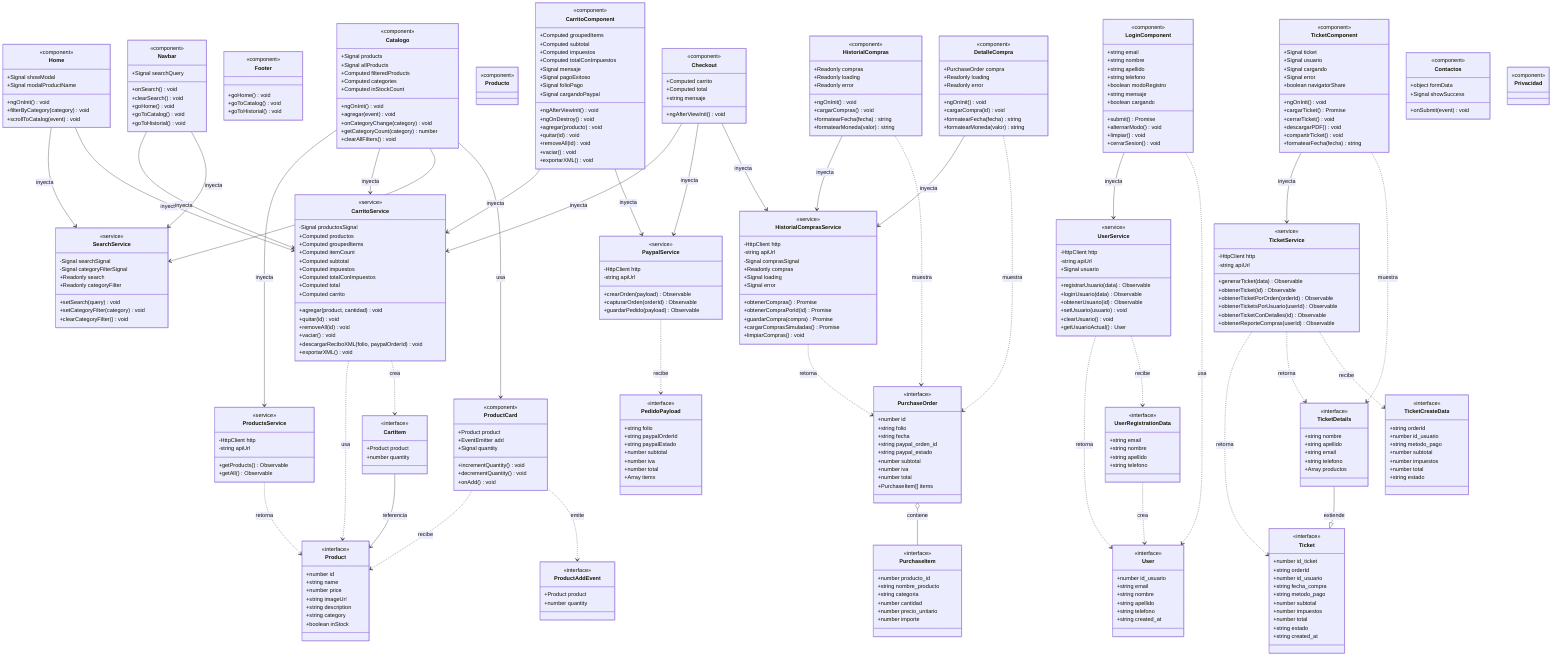
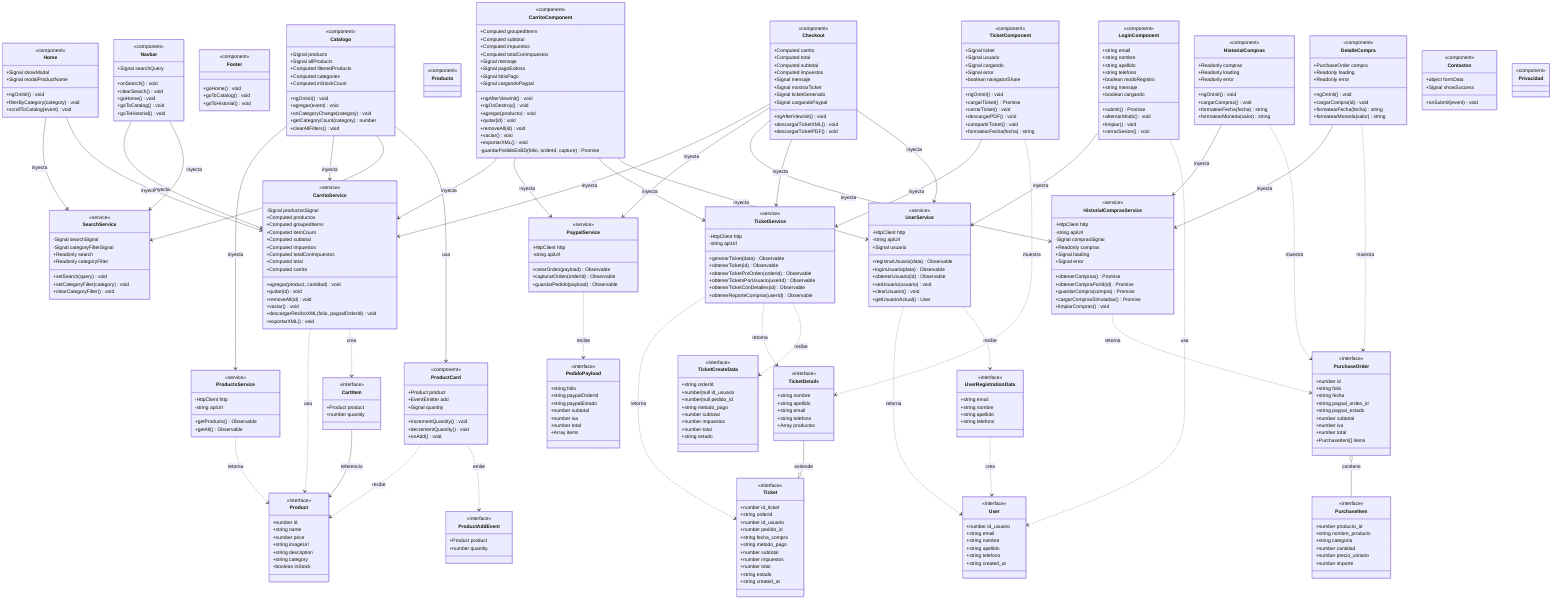
classDiagram
direction TB

%% ─── MODELOS ───────────────────────────────────────────────

class Product {
    <<interface>>
    +number id
    +string name
    +number price
    +string imageUrl
    +string description
    +string category
    +boolean inStock
}

class PurchaseItem {
    <<interface>>
    +number producto_id
    +string nombre_producto
    +string categoria
    +number cantidad
    +number precio_unitario
    +number importe
}

class PurchaseOrder {
    <<interface>>
    +number id
    +string folio
    +string fecha
    +string paypal_orden_id
    +string paypal_estado
    +number subtotal
    +number iva
    +number total
    +PurchaseItem[] items
}

class CartItem {
    <<interface>>
    +Product product
    +number quantity
}

class User {
    <<interface>>
    +number id_usuario
    +string email
    +string nombre
    +string apellido
    +string telefono
    +string created_at
}

class UserRegistrationData {
    <<interface>>
    +string email
    +string nombre
    +string apellido
    +string telefono
}

class Ticket {
    <<interface>>
    +number id_ticket
    +string orderId
    +number id_usuario
+     +number pedido_id
    +string fecha_compra
    +string metodo_pago
    +number subtotal
    +number impuestos
    +number total
    +string estado
    +string created_at
}

class TicketDetails {
    <<interface>>
    +string nombre
    +string apellido
    +string email
    +string telefono
    +Array productos
}

class TicketCreateData {
    <<interface>>
    +string orderId
-     +number id_usuario
+     +number|null id_usuario
+     +number|null pedido_id
    +string metodo_pago
    +number subtotal
    +number impuestos
    +number total
    +string estado
}

class PedidoPayload {
    <<interface>>
    +string folio
    +string paypalOrderId
    +string paypalEstado
    +number subtotal
    +number iva
    +number total
    +Array items
}

class ProductAddEvent {
    <<interface>>
    +Product product
    +number quantity
}

%% ─── SERVICIOS ─────────────────────────────────────────────

class ProductsService {
    <<service>>
    -HttpClient http
    -string apiUrl
    +getProducts() Observable
    +getAll() Observable
}

class CarritoService {
    <<service>>
    -Signal productosSignal
    +Computed productos
    +Computed groupedItems
    +Computed itemCount
    +Computed subtotal
    +Computed impuestos
    +Computed totalConImpuestos
    +Computed total
    +Computed carrito
    +agregar(product, cantidad) void
    +quitar(id) void
    +removeAll(id) void
    +vaciar() void
    +descargarReciboXML(folio, paypalOrderId) void
    +exportarXML() void
}

class SearchService {
    <<service>>
    -Signal searchSignal
    -Signal categoryFilterSignal
    +Readonly search
    +Readonly categoryFilter
    +setSearch(query) void
    +setCategoryFilter(category) void
    +clearCategoryFilter() void
}

class PaypalService {
    <<service>>
    -HttpClient http
    -string apiUrl
    +crearOrden(payload) Observable
    +capturarOrden(orderId) Observable
    +guardarPedido(payload) Observable
}

class HistorialComprasService {
    <<service>>
    -HttpClient http
    -string apiUrl
    -Signal comprasSignal
    +Readonly compras
    +Signal loading
    +Signal error
    +obtenerCompras() Promise
    +obtenerCompraPorId(id) Promise
    +guardarCompra(compra) Promise
    +cargarComprasSimuladas() Promise
    +limpiarCompras() void
}

class UserService {
    <<service>>
    -HttpClient http
    -string apiUrl
    +Signal usuario
    +registrarUsuario(data) Observable
    +loginUsuario(data) Observable
    +obtenerUsuario(id) Observable
    +setUsuario(usuario) void
    +clearUsuario() void
    +getUsuarioActual() User
}

class TicketService {
    <<service>>
    -HttpClient http
    -string apiUrl
    +generarTicket(data) Observable
    +obtenerTicket(id) Observable
    +obtenerTicketPorOrden(orderId) Observable
    +obtenerTicketsPorUsuario(userId) Observable
    +obtenerTicketConDetalles(id) Observable
    +obtenerReporteCompras(userId) Observable
}

%% ─── COMPONENTES ────────────────────────────────────────────

class Home {
    <<component>>
    +Signal showModal
    +Signal modalProductName
    +ngOnInit() void
    +filterByCategory(category) void
    +scrollToCatalog(event) void
}

class Navbar {
    <<component>>
    +Signal searchQuery
    +onSearch() void
    +clearSearch() void
    +goHome() void
    +goToCatalog() void
    +goToHistorial() void
}

class Footer {
    <<component>>
    +goHome() void
    +goToCatalog() void
    +goToHistorial() void
}

class Catalogo {
    <<component>>
    +Signal products
    +Signal allProducts
    +Computed filteredProducts
    +Computed categories
    +Computed inStockCount
    +ngOnInit() void
    +agregar(event) void
    +onCategoryChange(category) void
    +getCategoryCount(category) number
    +clearAllFilters() void
}

class ProductCard {
    <<component>>
    +Product product
    +EventEmitter add
    +Signal quantity
    +incrementQuantity() void
    +decrementQuantity() void
    +onAdd() void
}

class Producto {
    <<component>>
}

class CarritoComponent {
    <<component>>
    +Computed groupedItems
    +Computed subtotal
    +Computed impuestos
    +Computed totalConImpuestos
    +Signal mensaje
    +Signal pagoExitoso
    +Signal folioPago
    +Signal cargandoPaypal
    +ngAfterViewInit() void
    +ngOnDestroy() void
    +agregar(producto) void
    +quitar(id) void
    +removeAll(id) void
    +vaciar() void
    +exportarXML() void
+     -guardarPedidoEnBD(folio, orderId, capture) Promise
}

class Checkout {
    <<component>>
    +Computed carrito
    +Computed total
-     +string mensaje
+     +Computed subtotal
+     +Computed impuestos
+     +Signal mensaje
+     +Signal mostrarTicket
+     +Signal ticketGenerado
+     +Signal cargandoPaypal
    +ngAfterViewInit() void
+     +descargarTicketXML() void
+     +descargarTicketPDF() void
}

class LoginComponent {
    <<component>>
    +string email
    +string nombre
    +string apellido
    +string telefono
    +boolean modoRegistro
    +string mensaje
    +boolean cargando
    +submit() Promise
    +alternarModo() void
    +limpiar() void
    +cerrarSesion() void
}

class HistorialCompras {
    <<component>>
    +Readonly compras
    +Readonly loading
    +Readonly error
    +ngOnInit() void
    +cargarCompras() void
    +formatearFecha(fecha) string
    +formatearMoneda(valor) string
}

class DetalleCompra {
    <<component>>
    +PurchaseOrder compra
    +Readonly loading
    +Readonly error
    +ngOnInit() void
    +cargarCompra(id) void
    +formatearFecha(fecha) string
    +formatearMoneda(valor) string
}

class TicketComponent {
    <<component>>
    +Signal ticket
    +Signal usuario
    +Signal cargando
    +Signal error
    +boolean navigatorShare
    +ngOnInit() void
    +cargarTicket() Promise
    +cerrarTicket() void
    +descargarPDF() void
    +compartirTicket() void
    +formatearFecha(fecha) string
}

class Contactos {
    <<component>>
    +object formData
    +Signal showSuccess
    +onSubmit(event) void
}

class Privacidad {
    <<component>>
}

%% ─── RELACIONES MODELOS ──────────────────────────────────────
PurchaseOrder o-- PurchaseItem : contiene
TicketDetails --|> Ticket : extiende
CartItem --> Product : referencia
UserRegistrationData ..> User : crea

%% ─── RELACIONES SERVICIOS → MODELOS ─────────────────────────
ProductsService ..> Product : retorna
CarritoService ..> Product : usa
CarritoService ..> CartItem : crea
PaypalService ..> PedidoPayload : recibe
HistorialComprasService ..> PurchaseOrder : retorna
UserService ..> User : retorna
UserService ..> UserRegistrationData : recibe
TicketService ..> Ticket : retorna
TicketService ..> TicketDetails : retorna
TicketService ..> TicketCreateData : recibe

%% ─── RELACIONES COMPONENTES → SERVICIOS ─────────────────────
Catalogo --> ProductsService : inyecta
Catalogo --> CarritoService : inyecta
Catalogo --> SearchService : inyecta
Catalogo --> ProductCard : usa

Home --> SearchService : inyecta
Home --> CarritoService : inyecta

Navbar --> CarritoService : inyecta
Navbar --> SearchService : inyecta

CarritoComponent --> CarritoService : inyecta
CarritoComponent --> PaypalService : inyecta
+ CarritoComponent --> TicketService : inyecta
+ CarritoComponent --> UserService : inyecta

Checkout --> CarritoService : inyecta
Checkout --> PaypalService : inyecta
Checkout --> HistorialComprasService : inyecta
+ Checkout --> TicketService : inyecta
+ Checkout --> UserService : inyecta

HistorialCompras --> HistorialComprasService : inyecta
DetalleCompra --> HistorialComprasService : inyecta

LoginComponent --> UserService : inyecta

TicketComponent --> TicketService : inyecta

%% ─── RELACIONES COMPONENTES → MODELOS ───────────────────────
ProductCard ..> Product : recibe
ProductCard ..> ProductAddEvent : emite
HistorialCompras ..> PurchaseOrder : muestra
DetalleCompra ..> PurchaseOrder : muestra
LoginComponent ..> User : usa
TicketComponent ..> TicketDetails : muestra
